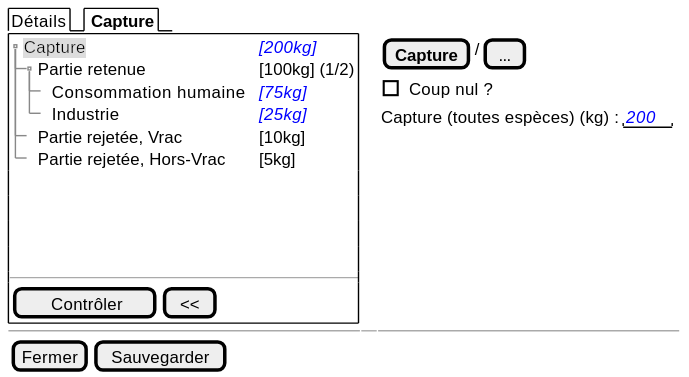
Before: projects/obsmer/spe/images/batch/batch-tree-control.svg, a diagram exported from PlantUML (sumaris-net/sumaris-doc).
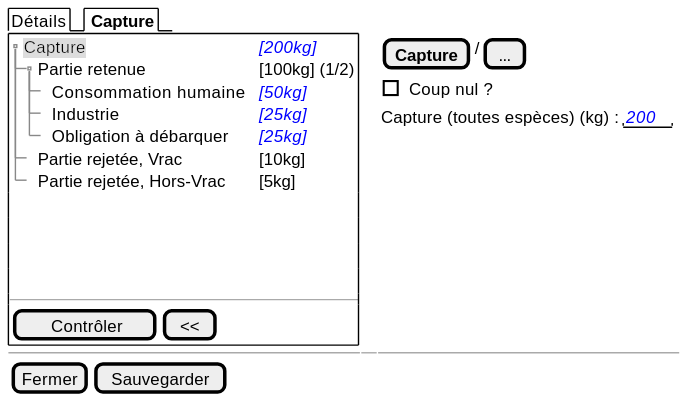
The same diagram one commit later.

Change to the diagram source:
```diff
@@ -5,8 +5,9 @@
     {T
          + <back:#DDD>Capture         | <i><color:blue>[200kg]
          ++ Partie retenue       | [100kg] (1/2)
-       +++ Consommation humaine | <i><color:blue>[75kg]
+       +++ Consommation humaine | <i><color:blue>[50kg]
        +++ Industrie | <i><color:blue>[25kg]
+       +++ Obligation à débarquer| <i><color:blue>[25kg]
          ++ Partie rejetée, Vrac      | [10kg]
          ++ Partie rejetée, Hors-Vrac | [5kg]
     }
```
